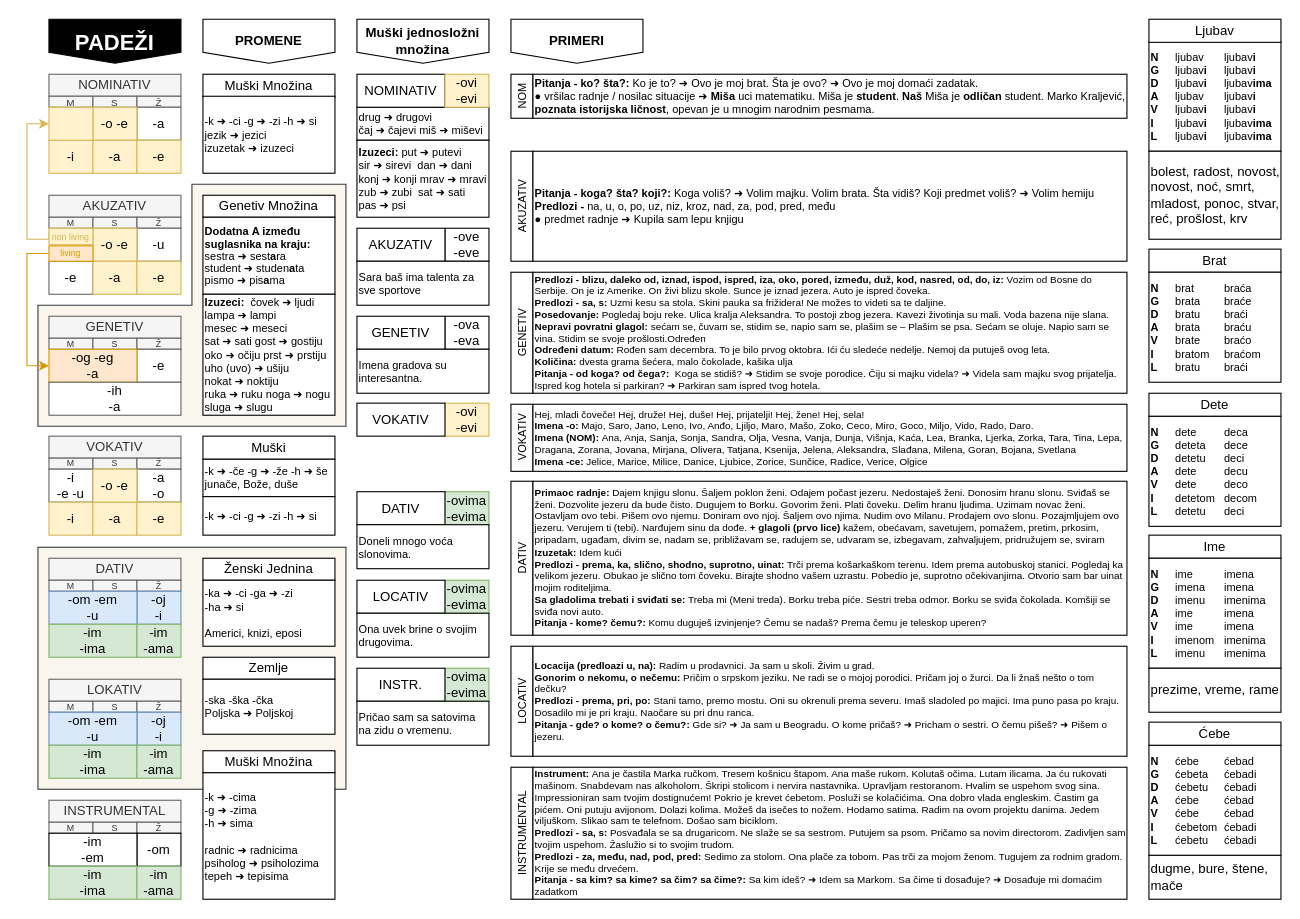
Before: draws/padezi.drawio in vlandivir/srpski, a draw.io diagram. Source tidied: cells renumbered, new cells numbered last; positions are measured from the earlier drawing's top-left corner, leaving out a move shared by most shapes. Both pictures are drawn from the tidied source at 110%, with x=0, y=0 at pixel (26, 19).
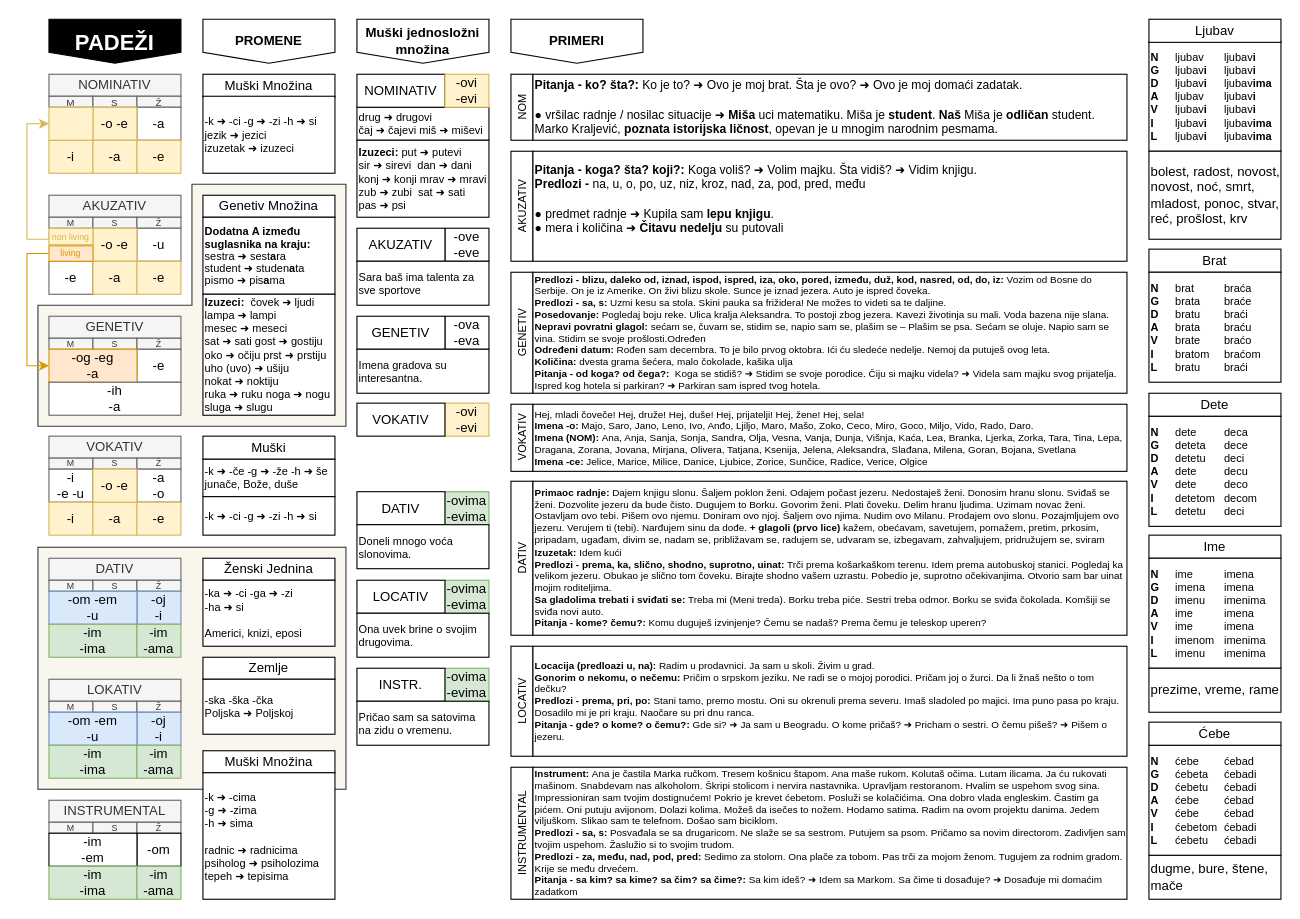
The same page after the edit.

Diff of the diagram source:
```diff
@@
     <mxCell id="95" value="NOM" style="rounded=0;whiteSpace=wrap;html=1;fontSize=10;horizontal=0;" parent="1" vertex="1">
-      <mxGeometry x="440" y="50" width="20" height="40" as="geometry" />
+      <mxGeometry x="440" y="50" width="20" height="60" as="geometry" />
     </mxCell>
@@
-    <mxCell id="102" value="&lt;font style=&quot;&quot;&gt;&lt;b style=&quot;font-size: 10px; border-color: var(--border-color);&quot;&gt;Pitanja - ko? šta?:&amp;nbsp;&lt;/b&gt;Ko je to? ➜ Ovo je moj brat. Šta je ovo? ➜ Ovo je moj domaći zadatak. &lt;br&gt;&lt;/font&gt;&lt;font style=&quot;font-size: 10px;&quot;&gt;● vršilac radnje / nosilac situacije ➜&amp;nbsp;&lt;b style=&quot;font-size: 10px;&quot;&gt;Miša&lt;/b&gt; uci matematiku. Miša je &lt;b style=&quot;font-size: 10px;&quot;&gt;student&lt;/b&gt;. &lt;b style=&quot;font-size: 10px;&quot;&gt;Naš&lt;/b&gt; Miša je &lt;b style=&quot;font-size: 10px;&quot;&gt;odličan&lt;/b&gt; student. Marko Kraljević, &lt;b style=&quot;font-size: 10px;&quot;&gt;poznata istorijska ličnost&lt;/b&gt;, opevan je u mnogim narodnim pesmama.&lt;br&gt;&lt;/font&gt;" style="rounded=0;whiteSpace=wrap;html=1;align=left;fontSize=10;" parent="1" vertex="1">
-      <mxGeometry x="460" y="50" width="540" height="40" as="geometry" />
+    <mxCell id="102" value="&lt;font style=&quot;font-size: 11px;&quot;&gt;&lt;b style=&quot;border-color: var(--border-color);&quot;&gt;Pitanja - ko? šta?:&amp;nbsp;&lt;/b&gt;Ko je to? ➜ Ovo je moj brat. Šta je ovo? ➜ Ovo je moj domaći zadatak. &lt;br&gt;&lt;br&gt;&lt;/font&gt;&lt;font style=&quot;font-size: 11px;&quot;&gt;&lt;font style=&quot;font-size: 11px;&quot;&gt;● vršilac radnje / nosilac situacije ➜&amp;nbsp;&lt;b style=&quot;&quot;&gt;Miša&lt;/b&gt; uci matematiku. Miša je &lt;b style=&quot;&quot;&gt;student&lt;/b&gt;. &lt;b style=&quot;&quot;&gt;Naš&lt;/b&gt; Miša je &lt;b style=&quot;&quot;&gt;odličan&lt;/b&gt; student. Marko Kraljević, &lt;b style=&quot;&quot;&gt;poznata istorijska ličnost&lt;/b&gt;, opevan je u mnogim narodnim pesmama.&lt;/font&gt;&lt;br&gt;&lt;/font&gt;" style="rounded=0;whiteSpace=wrap;html=1;align=left;fontSize=10;" parent="1" vertex="1">
+      <mxGeometry x="460" y="50" width="540" height="60" as="geometry" />
     </mxCell>
@@
-    <mxCell id="111" value="&lt;font style=&quot;font-size: 10px;&quot;&gt;&lt;font style=&quot;font-size: 10px;&quot;&gt;&lt;b style=&quot;border-color: var(--border-color);&quot;&gt;Pitanja - koga? šta? koji?:&amp;nbsp;&lt;/b&gt;Koga voliš? ➜ Volim majku. Volim brata. Šta vidiš? Koji predmet voliš? ➜ Volim hemiju&lt;br&gt;&lt;b style=&quot;&quot;&gt;Predlozi -&amp;nbsp;&lt;/b&gt;&lt;/font&gt;na, u, o, po, uz, niz, kroz, nad, za, pod, pred, među&lt;br&gt;● predmet radnje&amp;nbsp;&lt;span style=&quot;&quot;&gt;&lt;/span&gt;&lt;span style=&quot;&quot;&gt;➜&amp;nbsp;&lt;/span&gt;&lt;span style=&quot;&quot;&gt;Kupila sam lepu knjigu&lt;/span&gt;&lt;br&gt;&lt;/font&gt;&lt;span style=&quot;font-size: 10px;&quot;&gt;&lt;/span&gt;" style="rounded=0;whiteSpace=wrap;html=1;align=left;fontSize=9;" parent="1" vertex="1">
+    <mxCell id="111" value="&lt;font style=&quot;font-size: 11px;&quot;&gt;&lt;font face=&quot;Helvetica&quot;&gt;&lt;font style=&quot;font-size: 11px;&quot;&gt;&lt;b style=&quot;border-color: var(--border-color);&quot;&gt;&lt;font style=&quot;font-size: 11px;&quot;&gt;Pitanja - koga? šta? koji?:&lt;/font&gt;&amp;nbsp;&lt;/b&gt;Koga voliš? ➜ Volim majku. Šta vidiš? ➜ Vidim knjigu.&amp;nbsp;&lt;br&gt;&lt;b style=&quot;&quot;&gt;Predlozi -&amp;nbsp;&lt;/b&gt;&lt;/font&gt;na, u, o, po, uz, niz, kroz, nad, za, pod, pred, među&lt;br style=&quot;&quot;&gt;&lt;span style=&quot;&quot;&gt;&lt;br&gt;● predmet radnje&amp;nbsp;➜&amp;nbsp;Kupila sam &lt;/span&gt;&lt;b style=&quot;&quot;&gt;lepu knjigu&lt;/b&gt;. &lt;br&gt;●&amp;nbsp;&lt;font style=&quot;font-size: 11px;&quot;&gt;mera i količina&amp;nbsp;&lt;/font&gt;➜&amp;nbsp;&lt;font style=&quot;font-size: 11px;&quot;&gt;&lt;b&gt;Čitavu nedelju&lt;/b&gt; su putovali&lt;br&gt;&lt;/font&gt;&lt;/font&gt;&lt;br style=&quot;&quot;&gt;&lt;/font&gt;&lt;span style=&quot;font-size: 10px;&quot;&gt;&lt;/span&gt;" style="rounded=0;whiteSpace=wrap;html=1;align=left;fontSize=10;" parent="1" vertex="1">
       <mxGeometry x="460" y="120" width="540" height="100" as="geometry" />
     </mxCell>
```
